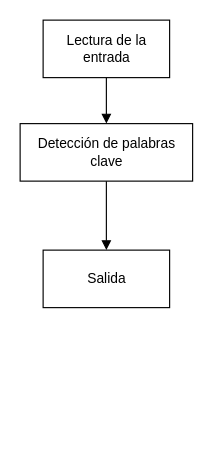
The draw.io diagram Documentación/Imagenes/Bitmap/Diagramas/deteccionTiempoVerbal.drawio in NILGroup/TFG-1819-PictoTexto, before the edit. Source tidied: cells renumbered, new cells numbered last; positions are measured from the earlier drawing's top-left corner, leaving out a move shared by most shapes. Both pictures are drawn from the tidied source at 115%, with x=0, y=0 at pixel (20, 20).
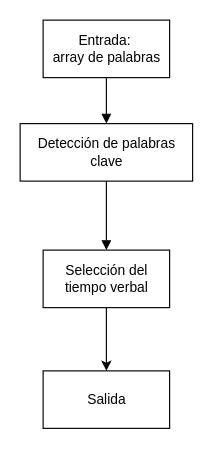
The same page after the edit.

Diff of the diagram source:
```diff
@@
 <mxGraphModel>
   <root>
     <mxCell id="0" />
     <mxCell id="1" parent="0" />
-    <mxCell id="2" value="Lectura de la &lt;br&gt;entrada&lt;br&gt;" style="html=1;" parent="1" vertex="1">
+    <mxCell id="2" value="Entrada:&amp;nbsp;&lt;br&gt;array de palabras&lt;br&gt;" style="html=1;" parent="1" vertex="1">
       <mxGeometry x="20" width="110" height="50" as="geometry" />
     </mxCell>
     <mxCell id="3" value="Detección de palabras&lt;br&gt;clave&lt;br&gt;" style="html=1;" parent="1" vertex="1">
       <mxGeometry y="90" width="150" height="50" as="geometry" />
     </mxCell>
     <mxCell id="4" value="Salida&lt;br&gt;" style="html=1;" parent="1" vertex="1">
-      <mxGeometry x="20" y="200" width="110" height="50" as="geometry" />
+      <mxGeometry x="20" y="305" width="110" height="50" as="geometry" />
     </mxCell>
     <mxCell id="5" style="html=1;verticalAlign=bottom;endArrow=block;entryX=0.5;entryY=0;entryDx=0;entryDy=0;" parent="1" edge="1" source="2" target="3">
       <mxGeometry relative="1" as="geometry" />
     </mxCell>
     <mxCell id="6" style="html=1;verticalAlign=bottom;endArrow=block;entryX=0.5;entryY=0;entryDx=0;entryDy=0;exitX=0.5;exitY=1;exitDx=0;exitDy=0;" parent="1" edge="1" source="3">
       <mxGeometry relative="1" as="geometry">
         <mxPoint x="75" y="200" as="targetPoint" />
       </mxGeometry>
     </mxCell>
+    <mxCell id="7" style="edgeStyle=orthogonalEdgeStyle;rounded=0;jettySize=auto;html=1;" parent="1" edge="1" source="8" target="4">
+      <mxGeometry relative="1" as="geometry" />
+    </mxCell>
+    <mxCell id="8" value="Selección del&lt;br&gt;tiempo verbal&lt;br&gt;" style="html=1;" parent="1" vertex="1">
+      <mxGeometry x="20" y="200" width="110" height="50" as="geometry" />
+    </mxCell>
   </root>
 </mxGraphModel>
```
